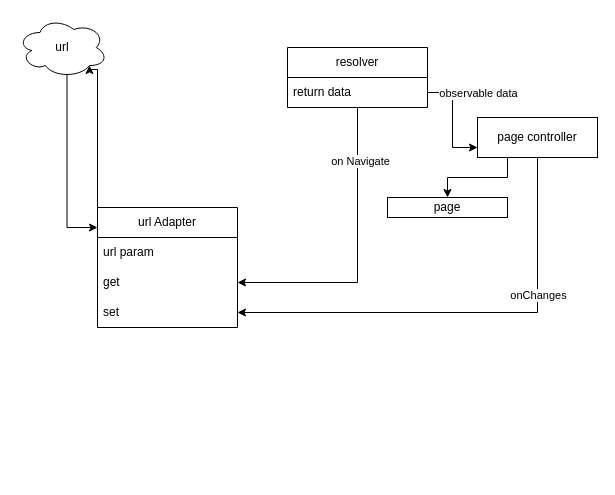
This is url-adapter.drawio from Ftohtarek/digram, a draw.io file, before an edit. Source tidied: cells renumbered, new cells numbered last; positions are measured from the earlier drawing's top-left corner, leaving out a move shared by most shapes. Both pictures are drawn from the tidied source at 100%, with x=0, y=0 at pixel (17, 17).
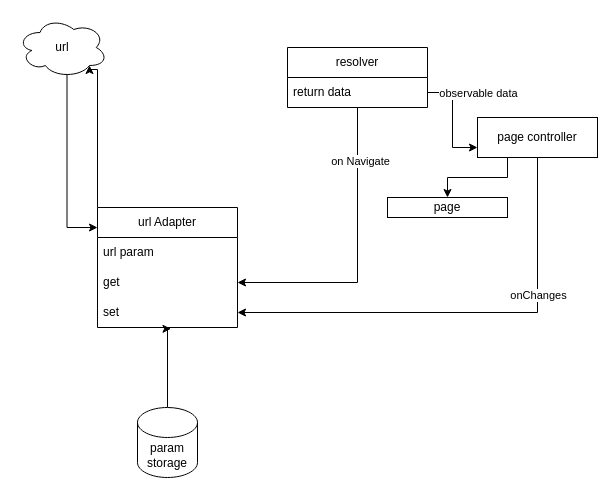
The same diagram, later.

Unchanged cells that the change refers to:
```xml
<mxCell id="9" value="set" style="text;strokeColor=none;fillColor=none;align=left;verticalAlign=middle;spacingLeft=4;spacingRight=4;overflow=hidden;points=[[0,0.5],[1,0.5]];portConstraint=eastwest;whiteSpace=wrap;html=1;" parent="6" vertex="1">
  <mxGeometry y="90" width="140" height="30" as="geometry" />
</mxCell>
```

Change to the diagram source:
```diff
@@
+    <mxCell id="20" style="edgeStyle=orthogonalEdgeStyle;rounded=0;jettySize=auto;html=1;entryX=0.525;entryY=1.042;entryDx=0;entryDy=0;entryPerimeter=0;" parent="1" edge="1" source="21" target="9">
+      <mxGeometry relative="1" as="geometry">
+        <Array as="points">
+          <mxPoint x="150" y="311" />
+        </Array>
+      </mxGeometry>
+    </mxCell>
+    <mxCell id="21" value="param&lt;br&gt;storage" style="shape=cylinder3;whiteSpace=wrap;html=1;boundedLbl=1;backgroundOutline=1;size=15;" parent="1" vertex="1">
+      <mxGeometry x="120" y="390" width="60" height="70" as="geometry" />
+    </mxCell>
```
